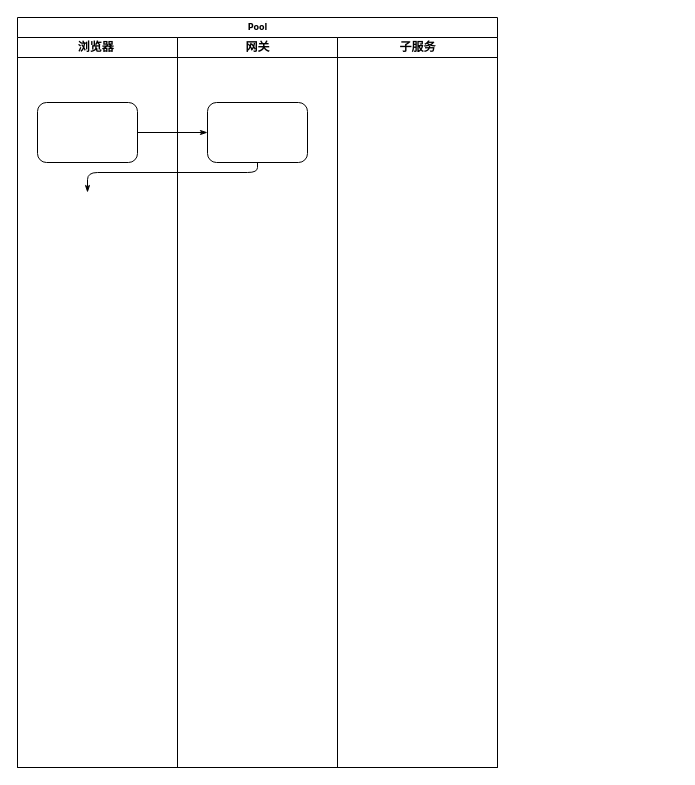
Above: diagrams/sa-ignore-gateway.drawio in ly-chn/tuchuang (draw.io), before the change. Source tidied: cells renumbered, new cells numbered last; positions are measured from the earlier drawing's top-left corner, leaving out a move shared by most shapes. Both pictures are drawn from the tidied source at 100%, with x=0, y=0 at pixel (17, 17).
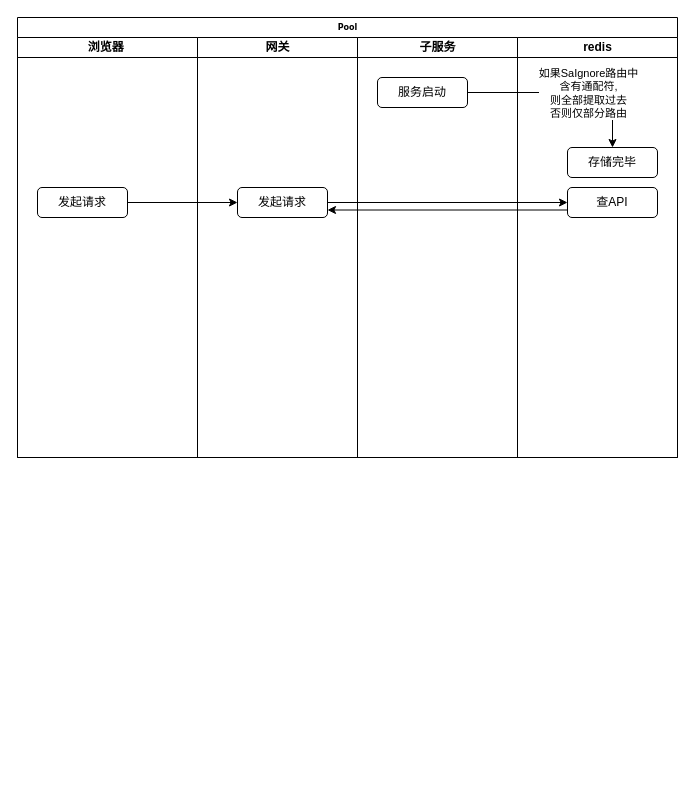
Above is the later version.

Change to the diagram source:
```diff
@@
 <mxGraphModel>
   <root>
     <mxCell id="0" />
     <mxCell id="1" parent="0" />
     <mxCell id="2" value="Pool" style="swimlane;html=1;startSize=20;rounded=0;shadow=0;labelBackgroundColor=none;strokeWidth=1;fontFamily=Verdana;fontSize=8;align=center;" parent="1" vertex="1">
-      <mxGeometry width="480" height="750" as="geometry" />
+      <mxGeometry width="660" height="440" as="geometry" />
     </mxCell>
     <mxCell id="3" value="浏览器&lt;span style=&quot;white-space: pre;&quot;&gt; &lt;/span&gt;" style="swimlane;html=1;startSize=20;" parent="2" vertex="1">
-      <mxGeometry y="20" width="160" height="730" as="geometry" />
+      <mxGeometry y="20" width="180" height="420" as="geometry" />
     </mxCell>
-    <mxCell id="4" style="rounded=1;whiteSpace=wrap;html=1;shadow=0;labelBackgroundColor=none;strokeWidth=1;fontFamily=Verdana;fontSize=8;align=center;" parent="3" vertex="1">
-      <mxGeometry x="20" y="65" width="100" height="60" as="geometry" />
-    </mxCell>
-    <mxCell id="5" style="edgeStyle=orthogonalEdgeStyle;rounded=1;html=1;labelBackgroundColor=none;startArrow=none;startFill=0;startSize=5;endArrow=classicThin;endFill=1;endSize=5;jettySize=auto;strokeWidth=1;fontFamily=Verdana;fontSize=8;" parent="2" edge="1" source="4" target="8">
-      <mxGeometry relative="1" as="geometry" />
-    </mxCell>
-    <mxCell id="6" style="edgeStyle=orthogonalEdgeStyle;rounded=1;html=1;labelBackgroundColor=none;startArrow=none;startFill=0;startSize=5;endArrow=classicThin;endFill=1;endSize=5;jettySize=auto;strokeWidth=1;fontFamily=Verdana;fontSize=8;" parent="2" edge="1" source="8">
-      <mxGeometry relative="1" as="geometry">
-        <mxPoint x="70" y="175" as="targetPoint" />
-        <Array as="points">
-          <mxPoint x="240" y="155" />
-          <mxPoint x="70" y="155" />
-        </Array>
-      </mxGeometry>
-    </mxCell>
+    <mxCell id="10" value="发起请求" style="rounded=1;whiteSpace=wrap;html=1;" parent="3" vertex="1">
+      <mxGeometry x="20" y="150" width="90" height="30" as="geometry" />
+    </mxCell>
     <mxCell id="7" value="网关" style="swimlane;html=1;startSize=20;" parent="2" vertex="1">
-      <mxGeometry x="160" y="20" width="160" height="730" as="geometry" />
+      <mxGeometry x="180" y="20" width="160" height="420" as="geometry" />
     </mxCell>
-    <mxCell id="8" style="rounded=1;whiteSpace=wrap;html=1;shadow=0;labelBackgroundColor=none;strokeWidth=1;fontFamily=Verdana;fontSize=8;align=center;" parent="7" vertex="1">
-      <mxGeometry x="30" y="65" width="100" height="60" as="geometry" />
-    </mxCell>
+    <mxCell id="11" value="发起请求" style="rounded=1;whiteSpace=wrap;html=1;" parent="7" vertex="1">
+      <mxGeometry x="40" y="150" width="90" height="30" as="geometry" />
+    </mxCell>
     <mxCell id="9" value="子服务" style="swimlane;html=1;startSize=20;" parent="2" vertex="1">
-      <mxGeometry x="320" y="20" width="160" height="730" as="geometry" />
+      <mxGeometry x="340" y="20" width="160" height="420" as="geometry" />
     </mxCell>
+    <mxCell id="12" value="服务启动" style="rounded=1;whiteSpace=wrap;html=1;" parent="9" vertex="1">
+      <mxGeometry x="20" y="40" width="90" height="30" as="geometry" />
+    </mxCell>
+    <mxCell id="13" value="redis" style="swimlane;html=1;startSize=20;" parent="2" vertex="1">
+      <mxGeometry x="500" y="20" width="160" height="420" as="geometry" />
+    </mxCell>
+    <mxCell id="14" value="存储完毕" style="rounded=1;whiteSpace=wrap;html=1;" parent="13" vertex="1">
+      <mxGeometry x="50" y="110" width="90" height="30" as="geometry" />
+    </mxCell>
+    <mxCell id="15" value="查API" style="rounded=1;whiteSpace=wrap;html=1;" parent="13" vertex="1">
+      <mxGeometry x="50" y="150" width="90" height="30" as="geometry" />
+    </mxCell>
+    <mxCell id="16" style="edgeStyle=orthogonalEdgeStyle;rounded=0;jettySize=auto;html=1;exitX=1;exitY=0.5;exitDx=0;exitDy=0;" parent="2" edge="1" source="12" target="14">
+      <mxGeometry relative="1" as="geometry" />
+    </mxCell>
+    <mxCell id="17" value="&lt;div&gt;如果SaIgnore路由中&lt;/div&gt;&lt;div&gt;含有通配符, &lt;br&gt;&lt;/div&gt;&lt;div&gt;则全部提取过去&lt;/div&gt;&lt;div&gt;否则仅部分路由&lt;br&gt;&lt;/div&gt;" style="edgeLabel;html=1;align=center;verticalAlign=middle;" parent="16" vertex="1">
+      <mxGeometry x="-0.28" y="1" relative="1" as="geometry">
+        <mxPoint x="48" y="1" as="offset" />
+      </mxGeometry>
+    </mxCell>
+    <mxCell id="18" style="edgeStyle=orthogonalEdgeStyle;rounded=0;jettySize=auto;html=1;" parent="2" edge="1" source="10" target="11">
+      <mxGeometry relative="1" as="geometry" />
+    </mxCell>
+    <mxCell id="19" style="edgeStyle=orthogonalEdgeStyle;rounded=0;jettySize=auto;html=1;" parent="2" edge="1" source="11" target="15">
+      <mxGeometry relative="1" as="geometry" />
+    </mxCell>
+    <mxCell id="20" style="edgeStyle=orthogonalEdgeStyle;rounded=0;jettySize=auto;html=1;exitX=0;exitY=0.75;exitDx=0;exitDy=0;entryX=1;entryY=0.75;entryDx=0;entryDy=0;" parent="2" edge="1" source="15" target="11">
+      <mxGeometry relative="1" as="geometry" />
+    </mxCell>
   </root>
 </mxGraphModel>
```
